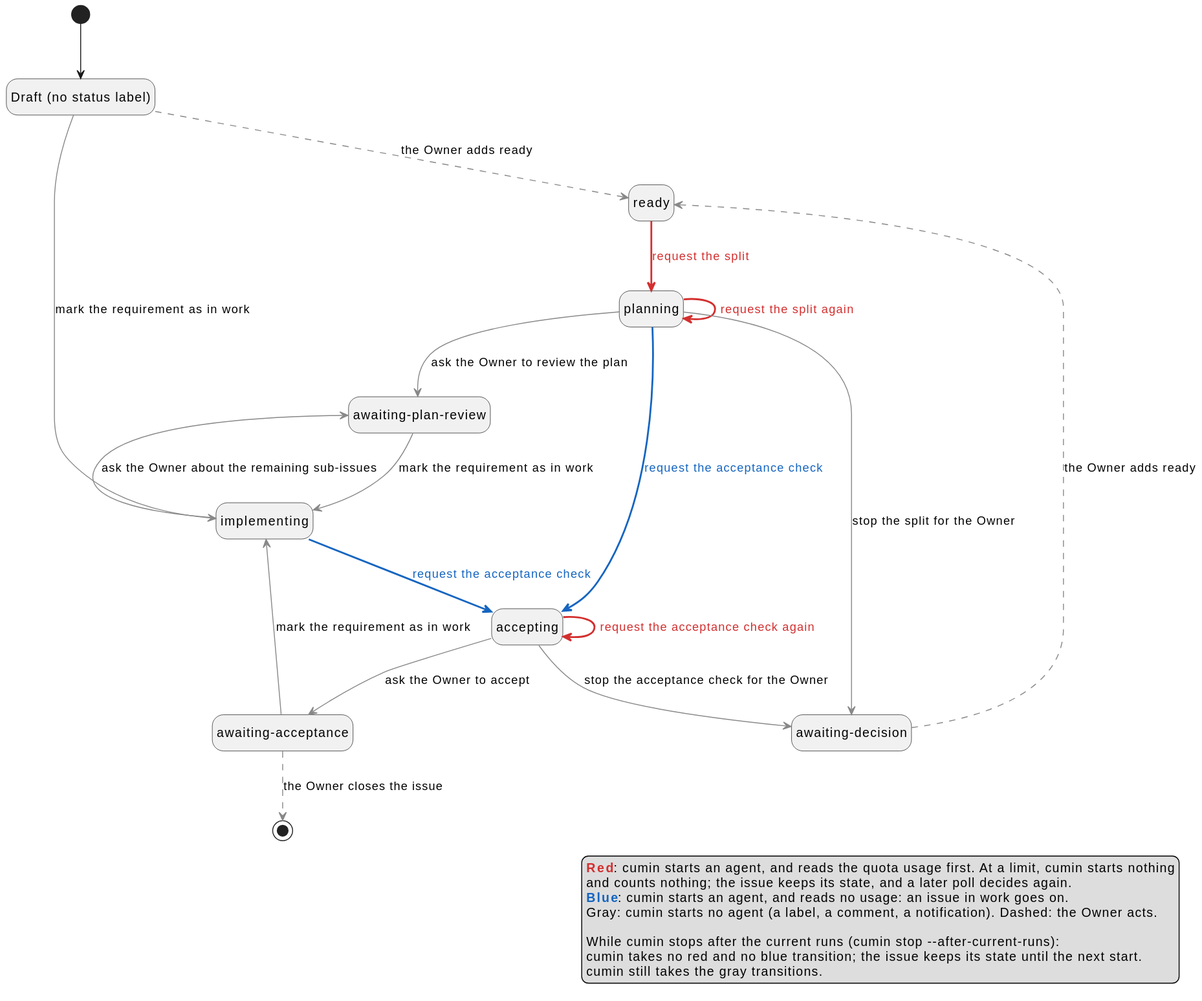
Before: docs/ja/requirements/workflow/requirement-issue-agent-starts.svg, a diagram exported from PlantUML (cloveclovedev/cumin-works). Its diagram source:
```plantuml
@startuml

hide empty description

state "Draft (no status label)" as Draft
state "ready" as Ready
state "planning" as Planning
state "awaiting-plan-review" as PlanReview
state "implementing" as Implementing
state "accepting" as Accepting
state "awaiting-acceptance" as Acceptance
state "awaiting-decision" as Decision

[*] --> Draft
Draft -[#888888,dashed]-> Ready : the Owner adds ready
Draft -[#888888]-> Implementing : mark the requirement as in work
Ready -[#D32F2F,bold]-> Planning : <color:#D32F2F>request the split</color>
Planning -[#888888]-> PlanReview : ask the Owner to review the plan
Planning -[#1565C0,bold]-> Accepting : <color:#1565C0>request the acceptance check</color>
Planning -[#D32F2F,bold]-> Planning : <color:#D32F2F>request the split again</color>
Planning -[#888888]-> Decision : stop the split for the Owner
PlanReview -[#888888]-> Implementing : mark the requirement as in work
Implementing -[#1565C0,bold]-> Accepting : <color:#1565C0>request the acceptance check</color>
Implementing -[#888888]-> PlanReview : ask the Owner about the remaining sub-issues
Accepting -[#888888]-> Acceptance : ask the Owner to accept
Accepting -[#D32F2F,bold]-> Accepting : <color:#D32F2F>request the acceptance check again</color>
Accepting -[#888888]-> Decision : stop the acceptance check for the Owner
Acceptance -[#888888]-> Implementing : mark the requirement as in work
Acceptance -[#888888,dashed]-> [*] : the Owner closes the issue
Decision -[#888888,dashed]-> Ready : the Owner adds ready

legend right
  <color:#D32F2F>**Red**</color>: cumin starts an agent, and reads the quota usage first. At a limit, cumin starts nothing
  and counts nothing; the issue keeps its state, and a later poll decides again.
  <color:#1565C0>**Blue**</color>: cumin starts an agent, and reads no usage: an issue in work goes on.
  Gray: cumin starts no agent (a label, a comment, a notification). Dashed: the Owner acts.

  While cumin stops after the current runs (cumin stop --after-current-runs):
  cumin takes no red and no blue transition; the issue keeps its state until the next start.
  cumin still takes the gray transitions.
endlegend
@enduml
```
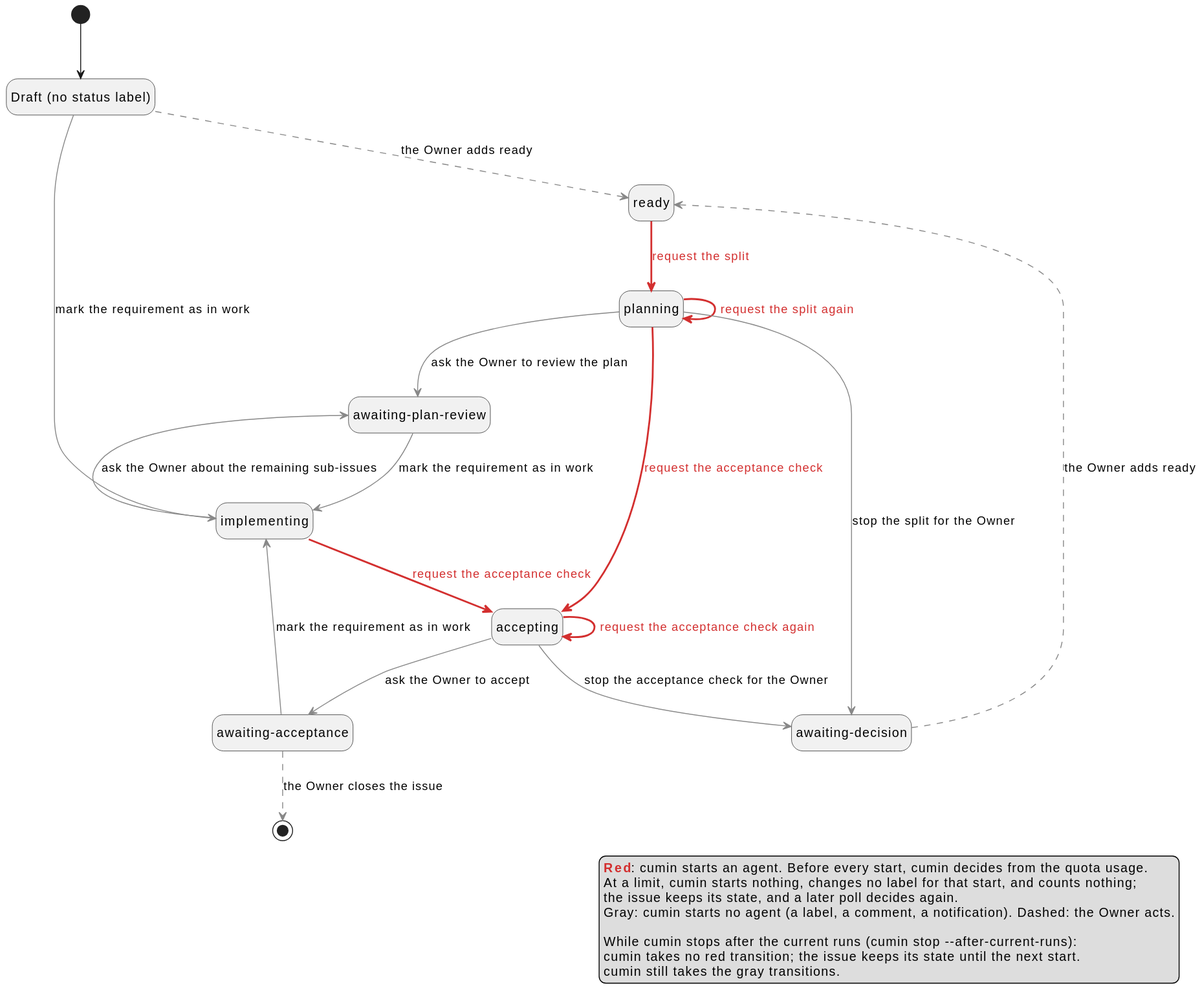
The same diagram one commit later.

Commit message:
docs(requirements): read the quota before every start of an agent (#561)

What changed in the source:
```diff
@@ -16,11 +16,11 @@
 Draft -[#888888]-> Implementing : mark the requirement as in work
 Ready -[#D32F2F,bold]-> Planning : <color:#D32F2F>request the split</color>
 Planning -[#888888]-> PlanReview : ask the Owner to review the plan
-Planning -[#1565C0,bold]-> Accepting : <color:#1565C0>request the acceptance check</color>
+Planning -[#D32F2F,bold]-> Accepting : <color:#D32F2F>request the acceptance check</color>
 Planning -[#D32F2F,bold]-> Planning : <color:#D32F2F>request the split again</color>
 Planning -[#888888]-> Decision : stop the split for the Owner
 PlanReview -[#888888]-> Implementing : mark the requirement as in work
-Implementing -[#1565C0,bold]-> Accepting : <color:#1565C0>request the acceptance check</color>
+Implementing -[#D32F2F,bold]-> Accepting : <color:#D32F2F>request the acceptance check</color>
 Implementing -[#888888]-> PlanReview : ask the Owner about the remaining sub-issues
 Accepting -[#888888]-> Acceptance : ask the Owner to accept
 Accepting -[#D32F2F,bold]-> Accepting : <color:#D32F2F>request the acceptance check again</color>
@@ -30,13 +30,13 @@
 Decision -[#888888,dashed]-> Ready : the Owner adds ready
 
 legend right
-  <color:#D32F2F>**Red**</color>: cumin starts an agent, and reads the quota usage first. At a limit, cumin starts nothing
-  and counts nothing; the issue keeps its state, and a later poll decides again.
-  <color:#1565C0>**Blue**</color>: cumin starts an agent, and reads no usage: an issue in work goes on.
+  <color:#D32F2F>**Red**</color>: cumin starts an agent. Before every start, cumin decides from the quota usage.
+  At a limit, cumin starts nothing, changes no label for that start, and counts nothing;
+  the issue keeps its state, and a later poll decides again.
   Gray: cumin starts no agent (a label, a comment, a notification). Dashed: the Owner acts.
 
   While cumin stops after the current runs (cumin stop --after-current-runs):
-  cumin takes no red and no blue transition; the issue keeps its state until the next start.
+  cumin takes no red transition; the issue keeps its state until the next start.
   cumin still takes the gray transitions.
 endlegend
 @enduml
```
